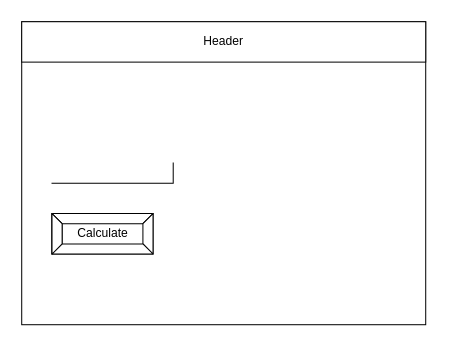
Earlier version of the draw.io diagram design/story-board.drawio (Allen-Li-hub/ICS2O-Unit3-02-HTML-lighthouse). Source tidied: cells renumbered, new cells numbered last; positions are measured from the earlier drawing's top-left corner, leaving out a move shared by most shapes. Both pictures are drawn from the tidied source at 101%, with x=0, y=0 at pixel (21, 21).
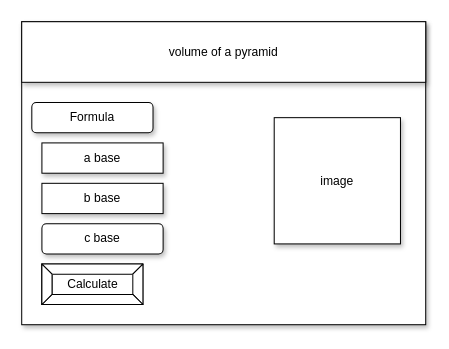
After the change.

What changed in the source:
```diff
@@
 <mxGraphModel>
   <root>
     <mxCell id="0" />
     <mxCell id="1" parent="0" />
-    <mxCell id="2" style="rounded=0;whiteSpace=wrap;html=1;" parent="1" vertex="1">
+    <mxCell id="2" style="rounded=0;whiteSpace=wrap;html=1;shadow=1;" parent="1" vertex="1">
       <mxGeometry width="400" height="300" as="geometry" />
     </mxCell>
-    <mxCell id="3" value="Header" style="rounded=0;whiteSpace=wrap;html=1;" parent="1" vertex="1">
-      <mxGeometry width="400" height="40" as="geometry" />
-    </mxCell>
-    <mxCell id="4" style="shape=partialRectangle;whiteSpace=wrap;html=1;top=0;left=0;fillColor=none;" parent="1" vertex="1">
-      <mxGeometry x="30" y="140" width="120" height="20" as="geometry" />
-    </mxCell>
     <mxCell id="5" value="Calculate" style="labelPosition=center;verticalLabelPosition=middle;align=center;html=1;shape=mxgraph.basic.button;dx=10;" parent="1" vertex="1">
-      <mxGeometry x="30" y="190" width="100" height="40" as="geometry" />
+      <mxGeometry x="20" y="240" width="100" height="40" as="geometry" />
     </mxCell>
+    <mxCell id="6" value="a base" style="rounded=0;whiteSpace=wrap;html=1;shadow=1;" parent="1" vertex="1">
+      <mxGeometry x="20" y="120" width="120" height="30" as="geometry" />
+    </mxCell>
+    <mxCell id="7" value="b base" style="rounded=0;whiteSpace=wrap;html=1;shadow=1;" parent="1" vertex="1">
+      <mxGeometry x="20" y="160" width="120" height="30" as="geometry" />
+    </mxCell>
+    <mxCell id="8" value="c base" style="rounded=1;whiteSpace=wrap;html=1;shadow=1;" parent="1" vertex="1">
+      <mxGeometry x="20" y="200" width="120" height="30" as="geometry" />
+    </mxCell>
+    <mxCell id="9" value="image" style="whiteSpace=wrap;html=1;shadow=1;" parent="1" vertex="1">
+      <mxGeometry x="250" y="95" width="125" height="125" as="geometry" />
+    </mxCell>
+    <mxCell id="10" value="&lt;span&gt;volume of a pyramid&lt;/span&gt;" style="rounded=0;whiteSpace=wrap;html=1;shadow=1;" parent="1" vertex="1">
+      <mxGeometry width="400" height="60" as="geometry" />
+    </mxCell>
+    <mxCell id="11" value="Formula" style="rounded=1;whiteSpace=wrap;html=1;shadow=1;" parent="1" vertex="1">
+      <mxGeometry x="10" y="80" width="120" height="30" as="geometry" />
+    </mxCell>
   </root>
 </mxGraphModel>
```
